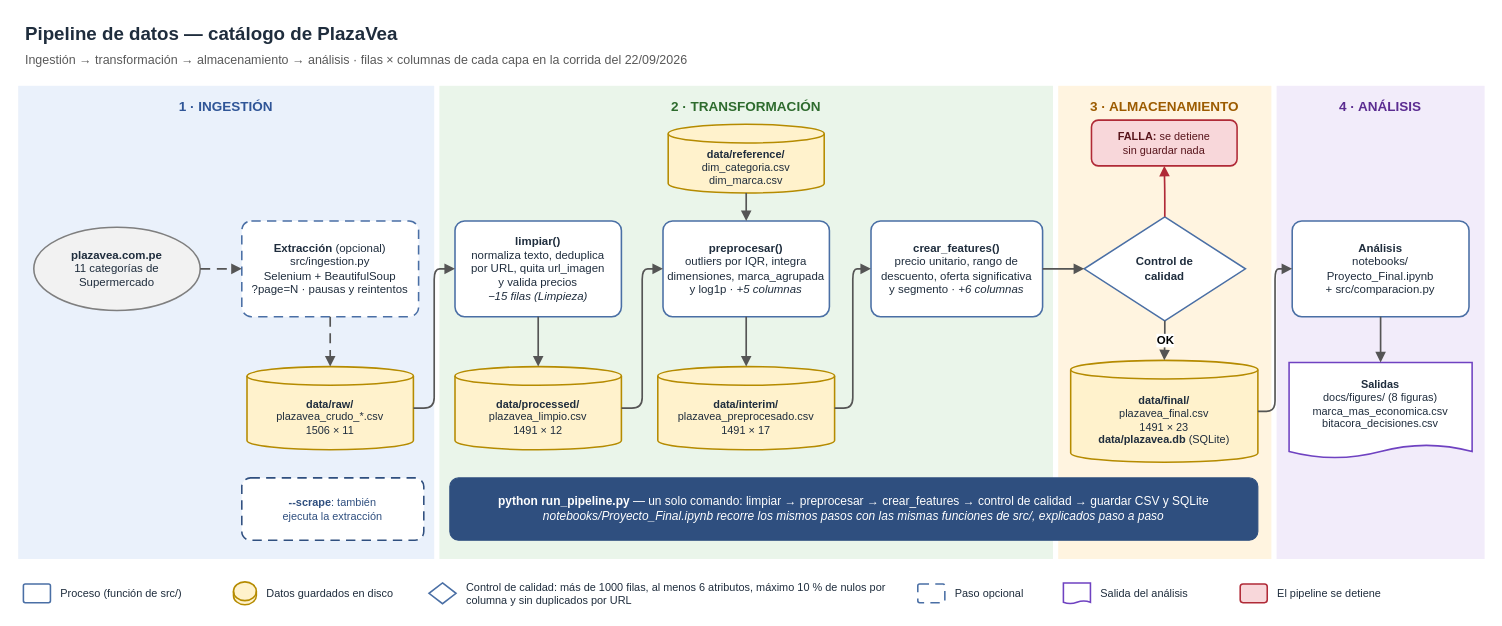
Earlier version of the draw.io diagram docs/pipeline.drawio (DnCuadros23/Proyecto-ACD). Source tidied: cells renumbered, new cells numbered last; positions are measured from the earlier drawing's top-left corner, leaving out a move shared by most shapes. Both pictures are drawn from the tidied source at 104%, with x=0, y=0 at pixel (18, 18).
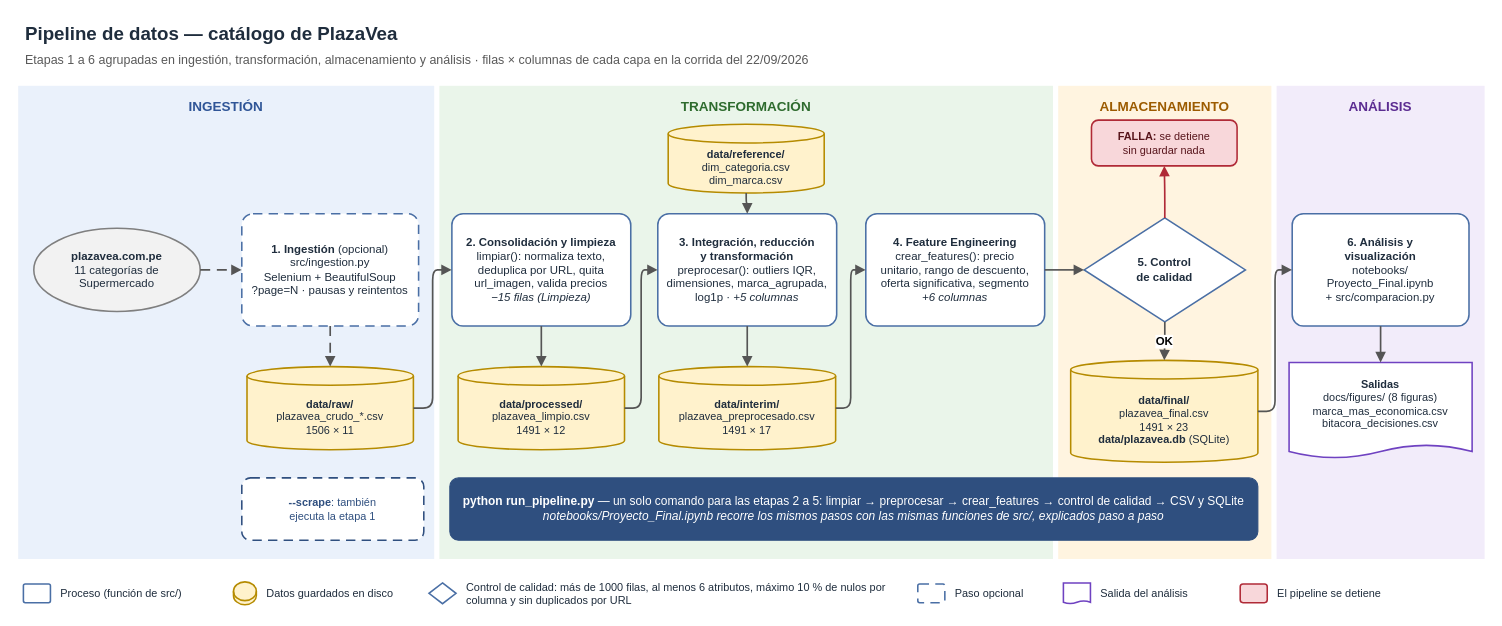
The same diagram, later.

Commit message (it also covers changes not shown here):
docs: numerar las etapas del diagrama igual que el informe

La Tabla 5 del informe describe el pipeline en 6 etapas (ingestión,
consolidación y limpieza, integración/reducción/transformación, Feature
Engineering, almacenamiento y análisis) y dice que run_pipeline.py
ejecuta las etapas 2 a 5. El diagrama usa ahora esa misma numeración
dentro de las cuatro fases, así el informe solo tiene que reemplazar la
Figura 1 sin cambiar su texto.

Diff of the diagram source:
```diff
@@
-    <mxCell id="3" value="Ingestión → transformación → almacenamiento → análisis · filas × columnas de cada capa en la corrida del 22/09/2026" style="text;html=1;align=left;verticalAlign=middle;fontSize=12;fontColor=#595959;fontFamily=Helvetica;" parent="1" vertex="1">
+    <mxCell id="3" value="Etapas 1 a 6 agrupadas en ingestión, transformación, almacenamiento y análisis · filas × columnas de cada capa en la corrida del 22/09/2026" style="text;html=1;align=left;verticalAlign=middle;fontSize=12;fontColor=#595959;fontFamily=Helvetica;" parent="1" vertex="1">
       <mxGeometry x="5" y="30" width="1100" height="22" as="geometry" />
     </mxCell>
-    <mxCell id="4" value="1 · INGESTIÓN" style="whiteSpace=wrap;html=1;fontFamily=Helvetica;fontColor=#1F2D3D;rounded=0;strokeColor=none;verticalAlign=top;align=center;fontStyle=1;fontSize=13;spacingTop=6;fillColor=#EAF1FB;fontColor=#2F5597;" parent="1" vertex="1">
+    <mxCell id="4" value="INGESTIÓN" style="whiteSpace=wrap;html=1;fontFamily=Helvetica;fontColor=#1F2D3D;rounded=0;strokeColor=none;verticalAlign=top;align=center;fontStyle=1;fontSize=13;spacingTop=6;fillColor=#EAF1FB;fontColor=#2F5597;" parent="1" vertex="1">
       <mxGeometry y="65" width="400" height="455" as="geometry" />
     </mxCell>
-    <mxCell id="5" value="2 · TRANSFORMACIÓN" style="whiteSpace=wrap;html=1;fontFamily=Helvetica;fontColor=#1F2D3D;rounded=0;strokeColor=none;verticalAlign=top;align=center;fontStyle=1;fontSize=13;spacingTop=6;fillColor=#EAF5EA;fontColor=#2E6B2E;" parent="1" vertex="1">
+    <mxCell id="5" value="TRANSFORMACIÓN" style="whiteSpace=wrap;html=1;fontFamily=Helvetica;fontColor=#1F2D3D;rounded=0;strokeColor=none;verticalAlign=top;align=center;fontStyle=1;fontSize=13;spacingTop=6;fillColor=#EAF5EA;fontColor=#2E6B2E;" parent="1" vertex="1">
       <mxGeometry x="405" y="65" width="590" height="455" as="geometry" />
     </mxCell>
-    <mxCell id="6" value="3 · ALMACENAMIENTO" style="whiteSpace=wrap;html=1;fontFamily=Helvetica;fontColor=#1F2D3D;rounded=0;strokeColor=none;verticalAlign=top;align=center;fontStyle=1;fontSize=13;spacingTop=6;fillColor=#FFF4E0;fontColor=#9C5B00;" parent="1" vertex="1">
+    <mxCell id="6" value="ALMACENAMIENTO" style="whiteSpace=wrap;html=1;fontFamily=Helvetica;fontColor=#1F2D3D;rounded=0;strokeColor=none;verticalAlign=top;align=center;fontStyle=1;fontSize=13;spacingTop=6;fillColor=#FFF4E0;fontColor=#9C5B00;" parent="1" vertex="1">
       <mxGeometry x="1000" y="65" width="205" height="455" as="geometry" />
     </mxCell>
-    <mxCell id="7" value="4 · ANÁLISIS" style="whiteSpace=wrap;html=1;fontFamily=Helvetica;fontColor=#1F2D3D;rounded=0;strokeColor=none;verticalAlign=top;align=center;fontStyle=1;fontSize=13;spacingTop=6;fillColor=#F2ECFA;fontColor=#5B2C91;" parent="1" vertex="1">
+    <mxCell id="7" value="ANÁLISIS" style="whiteSpace=wrap;html=1;fontFamily=Helvetica;fontColor=#1F2D3D;rounded=0;strokeColor=none;verticalAlign=top;align=center;fontStyle=1;fontSize=13;spacingTop=6;fillColor=#F2ECFA;fontColor=#5B2C91;" parent="1" vertex="1">
       <mxGeometry x="1210" y="65" width="200" height="455" as="geometry" />
     </mxCell>
     <mxCell id="8" value="&lt;b&gt;plazavea.com.pe&lt;/b&gt;&lt;br&gt;11 categorías de&lt;br&gt;Supermercado" style="whiteSpace=wrap;html=1;fontFamily=Helvetica;fontColor=#1F2D3D;ellipse;fillColor=#F2F2F2;strokeColor=#7F7F7F;strokeWidth=1.5;fontSize=11;" parent="1" vertex="1">
-      <mxGeometry x="15" y="201" width="160" height="80" as="geometry" />
+      <mxGeometry x="15" y="202" width="160" height="80" as="geometry" />
     </mxCell>
-    <mxCell id="9" value="&lt;b&gt;Extracción&lt;/b&gt; (opcional)&lt;br&gt;src/ingestion.py&lt;br&gt;Selenium + BeautifulSoup&lt;br&gt;?page=N · pausas y reintentos" style="whiteSpace=wrap;html=1;fontFamily=Helvetica;fontColor=#1F2D3D;rounded=1;arcSize=10;fillColor=#FFFFFF;strokeColor=#4A6FA5;strokeWidth=1.5;dashed=1;dashPattern=6 4;fontSize=11;spacing=4;" parent="1" vertex="1">
-      <mxGeometry x="215" y="195" width="170" height="92" as="geometry" />
+    <mxCell id="9" value="&lt;b&gt;1. Ingestión&lt;/b&gt; (opcional)&lt;br&gt;src/ingestion.py&lt;br&gt;Selenium + BeautifulSoup&lt;br&gt;?page=N · pausas y reintentos" style="whiteSpace=wrap;html=1;fontFamily=Helvetica;fontColor=#1F2D3D;rounded=1;arcSize=10;fillColor=#FFFFFF;strokeColor=#4A6FA5;strokeWidth=1.5;dashed=1;dashPattern=6 4;fontSize=11;spacing=4;" parent="1" vertex="1">
+      <mxGeometry x="215" y="188" width="170" height="108" as="geometry" />
     </mxCell>
@@
-    <mxCell id="11" value="&lt;b&gt;limpiar()&lt;/b&gt;&lt;br&gt;normaliza texto, deduplica&lt;br&gt;por URL, quita url_imagen&lt;br&gt;y valida precios&lt;br&gt;&lt;i&gt;−15 filas (Limpieza)&lt;/i&gt;" style="whiteSpace=wrap;html=1;fontFamily=Helvetica;fontColor=#1F2D3D;rounded=1;arcSize=10;fillColor=#FFFFFF;strokeColor=#4A6FA5;strokeWidth=1.5;fontSize=11;spacing=4;" parent="1" vertex="1">
-      <mxGeometry x="420" y="195" width="160" height="92" as="geometry" />
+    <mxCell id="11" value="&lt;b&gt;2. Consolidación y limpieza&lt;/b&gt;&lt;br&gt;limpiar(): normaliza texto,&lt;br&gt;deduplica por URL, quita&lt;br&gt;url_imagen, valida precios&lt;br&gt;&lt;i&gt;−15 filas (Limpieza)&lt;/i&gt;" style="whiteSpace=wrap;html=1;fontFamily=Helvetica;fontColor=#1F2D3D;rounded=1;arcSize=10;fillColor=#FFFFFF;strokeColor=#4A6FA5;strokeWidth=1.5;fontSize=11;spacing=4;" parent="1" vertex="1">
+      <mxGeometry x="417" y="188" width="172" height="108" as="geometry" />
     </mxCell>
     <mxCell id="12" value="&lt;b&gt;data/processed/&lt;/b&gt;&lt;br&gt;plazavea_limpio.csv&lt;br&gt;1491 × 12" style="whiteSpace=wrap;html=1;fontFamily=Helvetica;fontColor=#1F2D3D;shape=cylinder3;boundedLbl=1;backgroundOutline=1;size=9;fillColor=#FFF2CC;strokeColor=#B58B00;strokeWidth=1.5;fontSize=10.5;" parent="1" vertex="1">
-      <mxGeometry x="420" y="335" width="160" height="80" as="geometry" />
+      <mxGeometry x="423" y="335" width="160" height="80" as="geometry" />
     </mxCell>
@@
-    <mxCell id="14" value="&lt;b&gt;preprocesar()&lt;/b&gt;&lt;br&gt;outliers por IQR, integra&lt;br&gt;dimensiones, marca_agrupada&lt;br&gt;y log1p · &lt;i&gt;+5 columnas&lt;/i&gt;" style="whiteSpace=wrap;html=1;fontFamily=Helvetica;fontColor=#1F2D3D;rounded=1;arcSize=10;fillColor=#FFFFFF;strokeColor=#4A6FA5;strokeWidth=1.5;fontSize=11;spacing=4;" parent="1" vertex="1">
-      <mxGeometry x="620" y="195" width="160" height="92" as="geometry" />
+    <mxCell id="14" value="&lt;b&gt;3. Integración, reducción&lt;br&gt;y transformación&lt;/b&gt;&lt;br&gt;preprocesar(): outliers IQR,&lt;br&gt;dimensiones, marca_agrupada,&lt;br&gt;log1p · &lt;i&gt;+5 columnas&lt;/i&gt;" style="whiteSpace=wrap;html=1;fontFamily=Helvetica;fontColor=#1F2D3D;rounded=1;arcSize=10;fillColor=#FFFFFF;strokeColor=#4A6FA5;strokeWidth=1.5;fontSize=11;spacing=4;" parent="1" vertex="1">
+      <mxGeometry x="615" y="188" width="172" height="108" as="geometry" />
     </mxCell>
     <mxCell id="15" value="&lt;b&gt;data/interim/&lt;/b&gt;&lt;br&gt;plazavea_preprocesado.csv&lt;br&gt;1491 × 17" style="whiteSpace=wrap;html=1;fontFamily=Helvetica;fontColor=#1F2D3D;shape=cylinder3;boundedLbl=1;backgroundOutline=1;size=9;fillColor=#FFF2CC;strokeColor=#B58B00;strokeWidth=1.5;fontSize=10.5;" parent="1" vertex="1">
-      <mxGeometry x="615" y="335" width="170" height="80" as="geometry" />
+      <mxGeometry x="616" y="335" width="170" height="80" as="geometry" />
     </mxCell>
-    <mxCell id="16" value="&lt;b&gt;crear_features()&lt;/b&gt;&lt;br&gt;precio unitario, rango de&lt;br&gt;descuento, oferta significativa&lt;br&gt;y segmento · &lt;i&gt;+6 columnas&lt;/i&gt;" style="whiteSpace=wrap;html=1;fontFamily=Helvetica;fontColor=#1F2D3D;rounded=1;arcSize=10;fillColor=#FFFFFF;strokeColor=#4A6FA5;strokeWidth=1.5;fontSize=11;spacing=4;" parent="1" vertex="1">
-      <mxGeometry x="820" y="195" width="165" height="92" as="geometry" />
+    <mxCell id="16" value="&lt;b&gt;4. Feature Engineering&lt;/b&gt;&lt;br&gt;crear_features(): precio&lt;br&gt;unitario, rango de descuento,&lt;br&gt;oferta significativa, segmento&lt;br&gt;&lt;i&gt;+6 columnas&lt;/i&gt;" style="whiteSpace=wrap;html=1;fontFamily=Helvetica;fontColor=#1F2D3D;rounded=1;arcSize=10;fillColor=#FFFFFF;strokeColor=#4A6FA5;strokeWidth=1.5;fontSize=11;spacing=4;" parent="1" vertex="1">
+      <mxGeometry x="815" y="188" width="172" height="108" as="geometry" />
     </mxCell>
-    <mxCell id="17" value="&lt;b&gt;Control de&lt;br&gt;calidad&lt;/b&gt;" style="whiteSpace=wrap;html=1;fontFamily=Helvetica;fontColor=#1F2D3D;rhombus;fillColor=#FFFFFF;strokeColor=#4A6FA5;strokeWidth=1.5;fontSize=11;" parent="1" vertex="1">
-      <mxGeometry x="1025" y="191" width="155" height="100" as="geometry" />
+    <mxCell id="17" value="&lt;b&gt;5. Control&lt;br&gt;de calidad&lt;/b&gt;" style="whiteSpace=wrap;html=1;fontFamily=Helvetica;fontColor=#1F2D3D;rhombus;fillColor=#FFFFFF;strokeColor=#4A6FA5;strokeWidth=1.5;fontSize=11;" parent="1" vertex="1">
+      <mxGeometry x="1025" y="192" width="155" height="100" as="geometry" />
     </mxCell>
@@
-    <mxCell id="20" value="&lt;b&gt;Análisis&lt;/b&gt;&lt;br&gt;notebooks/&lt;br&gt;Proyecto_Final.ipynb&lt;br&gt;+ src/comparacion.py" style="whiteSpace=wrap;html=1;fontFamily=Helvetica;fontColor=#1F2D3D;rounded=1;arcSize=10;fillColor=#FFFFFF;strokeColor=#4A6FA5;strokeWidth=1.5;fontSize=11;spacing=4;" parent="1" vertex="1">
-      <mxGeometry x="1225" y="195" width="170" height="92" as="geometry" />
+    <mxCell id="20" value="&lt;b&gt;6. Análisis y&lt;br&gt;visualización&lt;/b&gt;&lt;br&gt;notebooks/&lt;br&gt;Proyecto_Final.ipynb&lt;br&gt;+ src/comparacion.py" style="whiteSpace=wrap;html=1;fontFamily=Helvetica;fontColor=#1F2D3D;rounded=1;arcSize=10;fillColor=#FFFFFF;strokeColor=#4A6FA5;strokeWidth=1.5;fontSize=11;spacing=4;" parent="1" vertex="1">
+      <mxGeometry x="1225" y="188" width="170" height="108" as="geometry" />
     </mxCell>
@@
-    <mxCell id="22" value="&lt;b&gt;--scrape&lt;/b&gt;: también&lt;br&gt;ejecuta la extracción" style="whiteSpace=wrap;html=1;fontFamily=Helvetica;fontColor=#1F2D3D;rounded=1;arcSize=14;fillColor=#FFFFFF;strokeColor=#2F4F7F;strokeWidth=1.5;dashed=1;dashPattern=6 4;fontColor=#2F4F7F;fontSize=10.5;" parent="1" vertex="1">
+    <mxCell id="22" value="&lt;b&gt;--scrape&lt;/b&gt;: también&lt;br&gt;ejecuta la etapa 1" style="whiteSpace=wrap;html=1;fontFamily=Helvetica;fontColor=#1F2D3D;rounded=1;arcSize=14;fillColor=#FFFFFF;strokeColor=#2F4F7F;strokeWidth=1.5;dashed=1;dashPattern=6 4;fontColor=#2F4F7F;fontSize=10.5;" parent="1" vertex="1">
       <mxGeometry x="215" y="442" width="175" height="60" as="geometry" />
     </mxCell>
-    <mxCell id="23" value="&lt;b&gt;python run_pipeline.py&lt;/b&gt; — un solo comando: limpiar → preprocesar → crear_features → control de calidad → guardar CSV y SQLite&lt;br&gt;&lt;i&gt;notebooks/Proyecto_Final.ipynb recorre los mismos pasos con las mismas funciones de src/, explicados paso a paso&lt;/i&gt;" style="whiteSpace=wrap;html=1;fontFamily=Helvetica;fontColor=#1F2D3D;rounded=1;arcSize=14;fillColor=#2F4F7F;strokeColor=#2F4F7F;fontColor=#FFFFFF;fontSize=11.5;spacing=6;" parent="1" vertex="1">
+    <mxCell id="23" value="&lt;b&gt;python run_pipeline.py&lt;/b&gt; — un solo comando para las etapas 2 a 5: limpiar → preprocesar → crear_features → control de calidad → CSV y SQLite&lt;br&gt;&lt;i&gt;notebooks/Proyecto_Final.ipynb recorre los mismos pasos con las mismas funciones de src/, explicados paso a paso&lt;/i&gt;" style="whiteSpace=wrap;html=1;fontFamily=Helvetica;fontColor=#1F2D3D;rounded=1;arcSize=14;fillColor=#2F4F7F;strokeColor=#2F4F7F;fontColor=#FFFFFF;fontSize=11.5;spacing=6;" parent="1" vertex="1">
       <mxGeometry x="415" y="442" width="777" height="60" as="geometry" />
     </mxCell>
```
